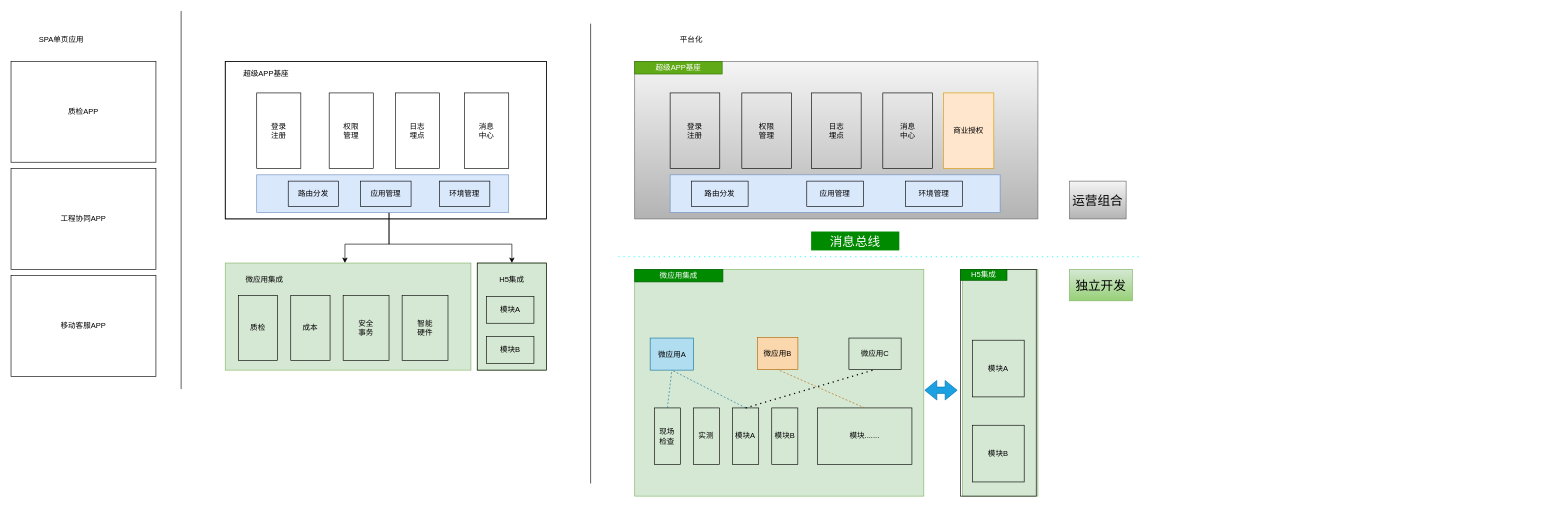
Above: framework/解耦.drawio in jsven/design-draw (draw.io), before the change. Source tidied: cells renumbered, new cells numbered last; positions are measured from the earlier drawing's top-left corner, leaving out a move shared by most shapes. Both pictures are drawn from the tidied source at 63%, with x=0, y=0 at pixel (11, 11).
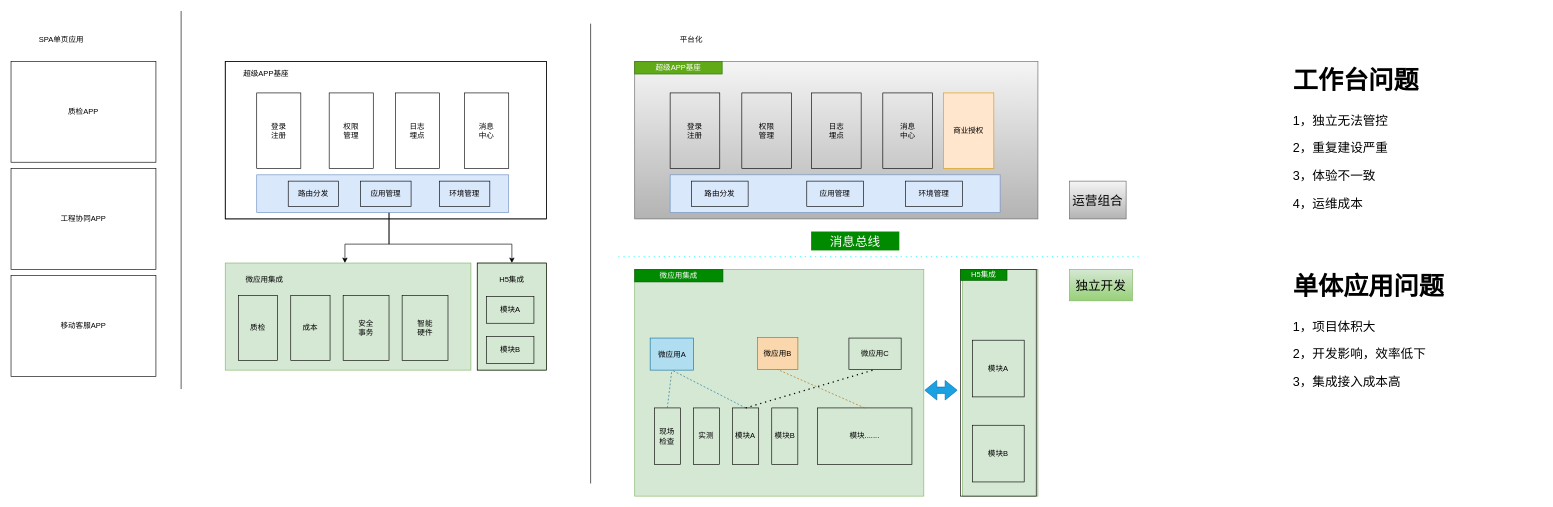
After the change.

What changed in the source:
```diff
@@
+    <mxCell id="73" value="&lt;h1&gt;工作台问题&lt;/h1&gt;&lt;p&gt;1，独立无法管控&lt;/p&gt;&lt;p&gt;2，重复建设严重&lt;/p&gt;&lt;p&gt;3，体验不一致&lt;/p&gt;&lt;p&gt;4，运维成本&lt;/p&gt;" style="text;html=1;strokeColor=none;fillColor=none;spacing=5;spacingTop=-20;whiteSpace=wrap;overflow=hidden;rounded=0;shadow=0;labelBackgroundColor=none;fontSize=20;" parent="1" vertex="1">
+      <mxGeometry x="2030" y="70" width="400" height="280" as="geometry" />
+    </mxCell>
+    <mxCell id="74" value="&lt;h1&gt;单体应用问题&lt;/h1&gt;&lt;p&gt;1，项目体积大&lt;/p&gt;&lt;p&gt;2，开发影响，效率低下&lt;/p&gt;&lt;p&gt;3，集成接入成本高&lt;/p&gt;" style="text;html=1;strokeColor=none;fillColor=none;spacing=5;spacingTop=-20;whiteSpace=wrap;overflow=hidden;rounded=0;shadow=0;labelBackgroundColor=none;fontSize=20;" parent="1" vertex="1">
+      <mxGeometry x="2030" y="397" width="390" height="283" as="geometry" />
+    </mxCell>
```
